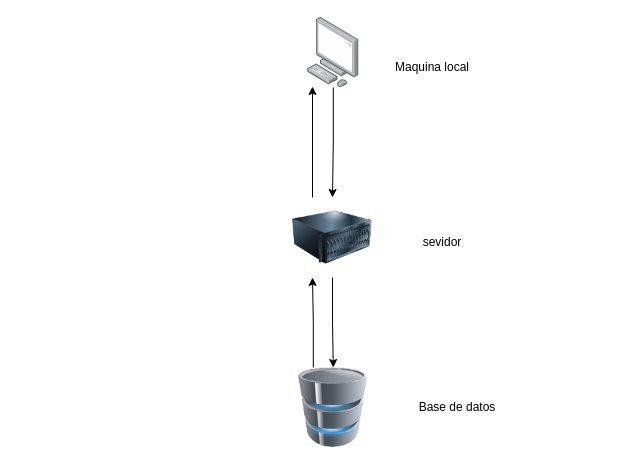
Earlier version of the draw.io diagram Untitled Diagram.drawio (cristeyg/carpeta). Source tidied: cells renumbered, new cells numbered last; positions are measured from the earlier drawing's top-left corner, leaving out a move shared by most shapes. Both pictures are drawn from the tidied source at 100%, with x=0, y=0 at pixel (292, 17).
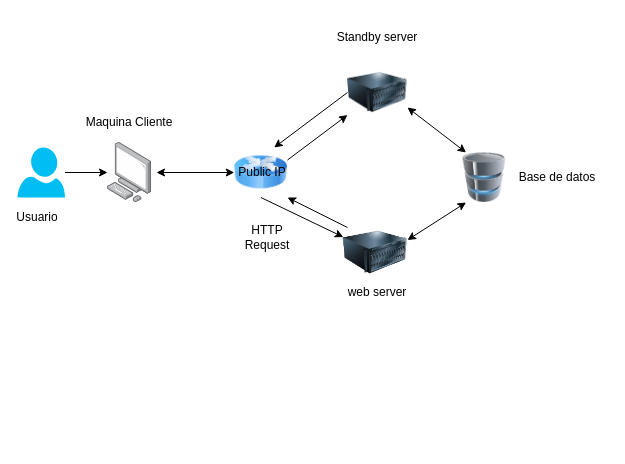
Above is the later version.

What changed in the source:
```diff
@@
-    <mxCell id="2" style="edgeStyle=orthogonalEdgeStyle;rounded=0;jettySize=auto;html=1;" parent="1" edge="1" source="3" target="6">
-      <mxGeometry relative="1" as="geometry" />
-    </mxCell>
+    <mxCell id="12" style="edgeStyle=none;rounded=0;jettySize=auto;html=1;startArrow=none;exitX=0.5;exitY=1;exitDx=0;exitDy=0;" parent="1" edge="1" source="18" target="6">
+      <mxGeometry relative="1" as="geometry" />
+    </mxCell>
+    <mxCell id="13" style="edgeStyle=none;rounded=0;jettySize=auto;html=1;exitX=1;exitY=0.25;exitDx=0;exitDy=0;" parent="1" edge="1" source="18" target="16">
+      <mxGeometry relative="1" as="geometry" />
+    </mxCell>
     <mxCell id="3" style="points=[];html=1;align=center;shadow=0;dashed=0;image;image=img/lib/allied_telesis/computer_and_terminals/Personal_Computer.svg;" parent="1" vertex="1">
-      <mxGeometry x="15" width="51.6" height="70" as="geometry" />
+      <mxGeometry x="-185" y="125" width="44.3" height="60" as="geometry" />
     </mxCell>
-    <mxCell id="4" style="edgeStyle=orthogonalEdgeStyle;rounded=0;jettySize=auto;html=1;" parent="1" edge="1" source="6" target="8">
-      <mxGeometry relative="1" as="geometry" />
-    </mxCell>
-    <mxCell id="5" style="edgeStyle=orthogonalEdgeStyle;rounded=0;jettySize=auto;html=1;exitX=0.25;exitY=0;exitDx=0;exitDy=0;entryX=0.097;entryY=0.986;entryDx=0;entryDy=0;entryPerimeter=0;" parent="1" edge="1" source="6" target="3">
-      <mxGeometry relative="1" as="geometry" />
-    </mxCell>
+    <mxCell id="14" style="edgeStyle=none;rounded=0;jettySize=auto;html=1;entryX=1;entryY=1;entryDx=0;entryDy=0;" parent="1" edge="1" target="18">
+      <mxGeometry relative="1" as="geometry">
+        <mxPoint x="55" y="210" as="sourcePoint" />
+      </mxGeometry>
+    </mxCell>
     <mxCell id="6" style="image;html=1;image=img/lib/clip_art/computers/Server_128x128.png;" parent="1" vertex="1">
-      <mxGeometry y="180" width="80" height="80" as="geometry" />
+      <mxGeometry x="50.8" y="210" width="64.2" height="50" as="geometry" />
     </mxCell>
-    <mxCell id="7" style="edgeStyle=orthogonalEdgeStyle;rounded=0;jettySize=auto;html=1;exitX=0.25;exitY=0;exitDx=0;exitDy=0;entryX=0.25;entryY=1;entryDx=0;entryDy=0;" parent="1" edge="1" source="8" target="6">
-      <mxGeometry relative="1" as="geometry" />
-    </mxCell>
     <mxCell id="8" style="image;html=1;image=img/lib/clip_art/computers/Database_128x128.png;" parent="1" vertex="1">
-      <mxGeometry x="0.8" y="350" width="80" height="80" as="geometry" />
+      <mxGeometry x="155" y="135" width="74.2" height="50" as="geometry" />
     </mxCell>
-    <mxCell id="9" value="Maquina local" style="text;html=1;strokeColor=none;fillColor=none;align=center;verticalAlign=middle;whiteSpace=wrap;rounded=0;" parent="1" vertex="1">
-      <mxGeometry x="95" y="30" width="90" height="40" as="geometry" />
+    <mxCell id="9" value="Maquina Cliente" style="text;html=1;strokeColor=none;fillColor=none;align=center;verticalAlign=middle;whiteSpace=wrap;rounded=0;" parent="1" vertex="1">
+      <mxGeometry x="-207.9" y="85" width="90" height="40" as="geometry" />
     </mxCell>
-    <mxCell id="10" value="sevidor" style="text;html=1;strokeColor=none;fillColor=none;align=center;verticalAlign=middle;whiteSpace=wrap;rounded=0;" parent="1" vertex="1">
-      <mxGeometry x="105" y="210" width="90" height="30" as="geometry" />
+    <mxCell id="10" value="web server" style="text;html=1;strokeColor=none;fillColor=none;align=center;verticalAlign=middle;whiteSpace=wrap;rounded=0;" parent="1" vertex="1">
+      <mxGeometry x="40" y="260" width="90" height="30" as="geometry" />
     </mxCell>
     <mxCell id="11" value="Base de datos" style="text;html=1;strokeColor=none;fillColor=none;align=center;verticalAlign=middle;whiteSpace=wrap;rounded=0;" parent="1" vertex="1">
-      <mxGeometry x="115" y="380" width="100" height="20" as="geometry" />
+      <mxGeometry x="215" y="150" width="100" height="20" as="geometry" />
     </mxCell>
+    <mxCell id="15" style="edgeStyle=none;rounded=0;jettySize=auto;html=1;exitX=0;exitY=0.5;exitDx=0;exitDy=0;entryX=0.75;entryY=0;entryDx=0;entryDy=0;" parent="1" edge="1" source="16" target="18">
+      <mxGeometry relative="1" as="geometry" />
+    </mxCell>
+    <mxCell id="16" style="image;html=1;image=img/lib/clip_art/computers/Server_128x128.png;" parent="1" vertex="1">
+      <mxGeometry x="55" y="50" width="60" height="50" as="geometry" />
+    </mxCell>
+    <mxCell id="17" value="Standby server" style="text;html=1;strokeColor=none;fillColor=none;align=center;verticalAlign=middle;whiteSpace=wrap;rounded=0;" parent="1" vertex="1">
+      <mxGeometry x="25" y="10" width="120" height="20" as="geometry" />
+    </mxCell>
+    <mxCell id="18" style="image;html=1;image=img/lib/clip_art/networking/Router_Icon_128x128.png;" parent="1" vertex="1">
+      <mxGeometry x="-58.2" y="130" width="53.2" height="50" as="geometry" />
+    </mxCell>
+    <mxCell id="19" style="endArrow=classic;startArrow=classic;html=1;exitX=0.25;exitY=0;exitDx=0;exitDy=0;" parent="1" edge="1" source="8">
+      <mxGeometry relative="1" as="geometry">
+        <mxPoint x="115" y="90" as="targetPoint" />
+      </mxGeometry>
+    </mxCell>
+    <mxCell id="4" style="endArrow=classic;startArrow=classic;html=1;entryX=0.25;entryY=1;entryDx=0;entryDy=0;exitX=1;exitY=0.25;exitDx=0;exitDy=0;" parent="1" edge="1" source="6" target="8">
+      <mxGeometry relative="1" as="geometry" />
+    </mxCell>
+    <mxCell id="20" style="endArrow=classic;startArrow=classic;html=1;entryX=0;entryY=0.5;entryDx=0;entryDy=0;" parent="1" edge="1" target="18">
+      <mxGeometry relative="1" as="geometry">
+        <mxPoint x="-136" y="155" as="sourcePoint" />
+      </mxGeometry>
+    </mxCell>
+    <mxCell id="21" style="edgeStyle=none;rounded=0;jettySize=auto;html=1;" parent="1" edge="1" source="22" target="3">
+      <mxGeometry relative="1" as="geometry" />
+    </mxCell>
+    <mxCell id="22" style="verticalLabelPosition=bottom;html=1;verticalAlign=top;align=center;strokeColor=none;fillColor=#00BEF2;shape=mxgraph.azure.user;" parent="1" vertex="1">
+      <mxGeometry x="-275" y="130" width="47.5" height="50" as="geometry" />
+    </mxCell>
+    <mxCell id="23" value="Usuario" style="text;html=1;strokeColor=none;fillColor=none;align=center;verticalAlign=middle;whiteSpace=wrap;rounded=0;" parent="1" vertex="1">
+      <mxGeometry x="-275" y="190" width="40" height="20" as="geometry" />
+    </mxCell>
+    <mxCell id="24" value="HTTP Request" style="text;html=1;strokeColor=none;fillColor=none;align=center;verticalAlign=middle;whiteSpace=wrap;rounded=0;" parent="1" vertex="1">
+      <mxGeometry x="-45" y="210" width="40" height="20" as="geometry" />
+    </mxCell>
+    <mxCell id="25" value="Public IP" style="text;html=1;strokeColor=none;fillColor=none;align=center;verticalAlign=middle;whiteSpace=wrap;rounded=0;" parent="1" vertex="1">
+      <mxGeometry x="-55" y="145" width="50" height="20" as="geometry" />
+    </mxCell>
```
